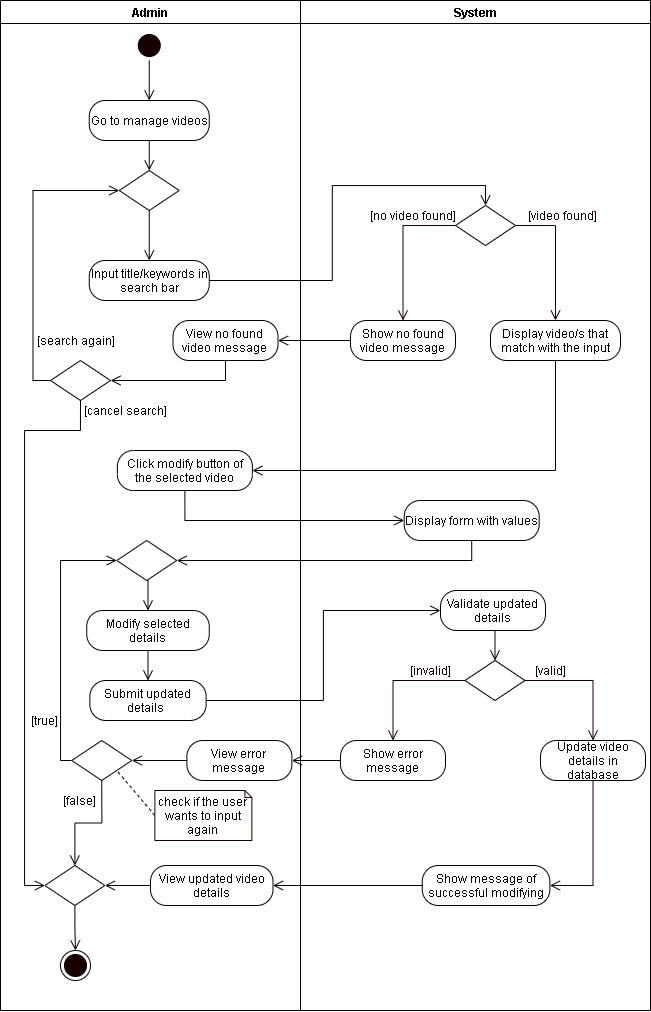
The draw.io diagram REVISIONS/UML-DIAGRAMS/6-28-2021/ACTIVITY DIAGRAM/8-Modify Video Details.png in mrklglsn/CAPSTONE-FILES, before a commit. Source tidied: cells renumbered, new cells last; positions are measured from the earlier drawing's top-left corner, leaving out a move shared by most shapes.
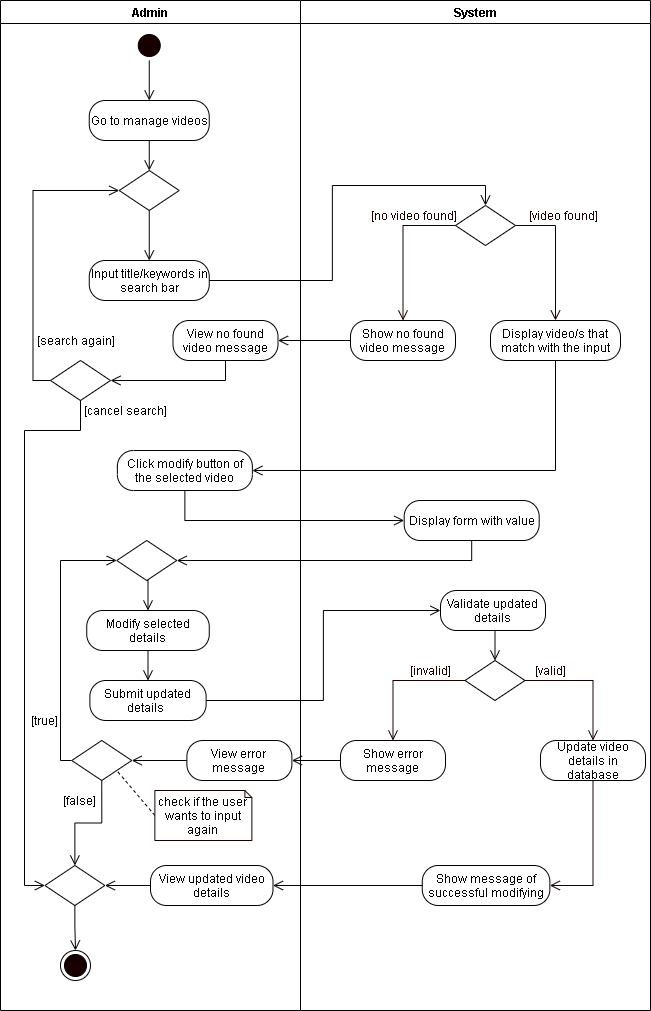
After the change.

What changed in the source:
```diff
@@ -172,7 +172,7 @@
     <mxCell id="54" style="edgeStyle=orthogonalEdgeStyle;rounded=0;jettySize=auto;html=1;exitX=0;exitY=0.5;exitDx=0;exitDy=0;entryX=1;entryY=0.5;entryDx=0;entryDy=0;endArrow=open;endFill=0;endSize=8;" parent="30" edge="1" source="49" target="45">
       <mxGeometry relative="1" as="geometry" />
     </mxCell>
-    <mxCell id="55" value="Display form with values" style="rounded=1;whiteSpace=wrap;html=1;arcSize=40;" parent="30" vertex="1">
+    <mxCell id="55" value="Display form with value" style="rounded=1;whiteSpace=wrap;html=1;arcSize=40;" parent="30" vertex="1">
       <mxGeometry x="103.7" y="500" width="135" height="40" as="geometry" />
     </mxCell>
     <mxCell id="56" style="edgeStyle=orthogonalEdgeStyle;rounded=0;jettySize=auto;html=1;exitX=1;exitY=0.5;exitDx=0;exitDy=0;entryX=0;entryY=0.5;entryDx=0;entryDy=0;endArrow=open;endFill=0;endSize=8;" parent="1" edge="1" source="5" target="31">
```
